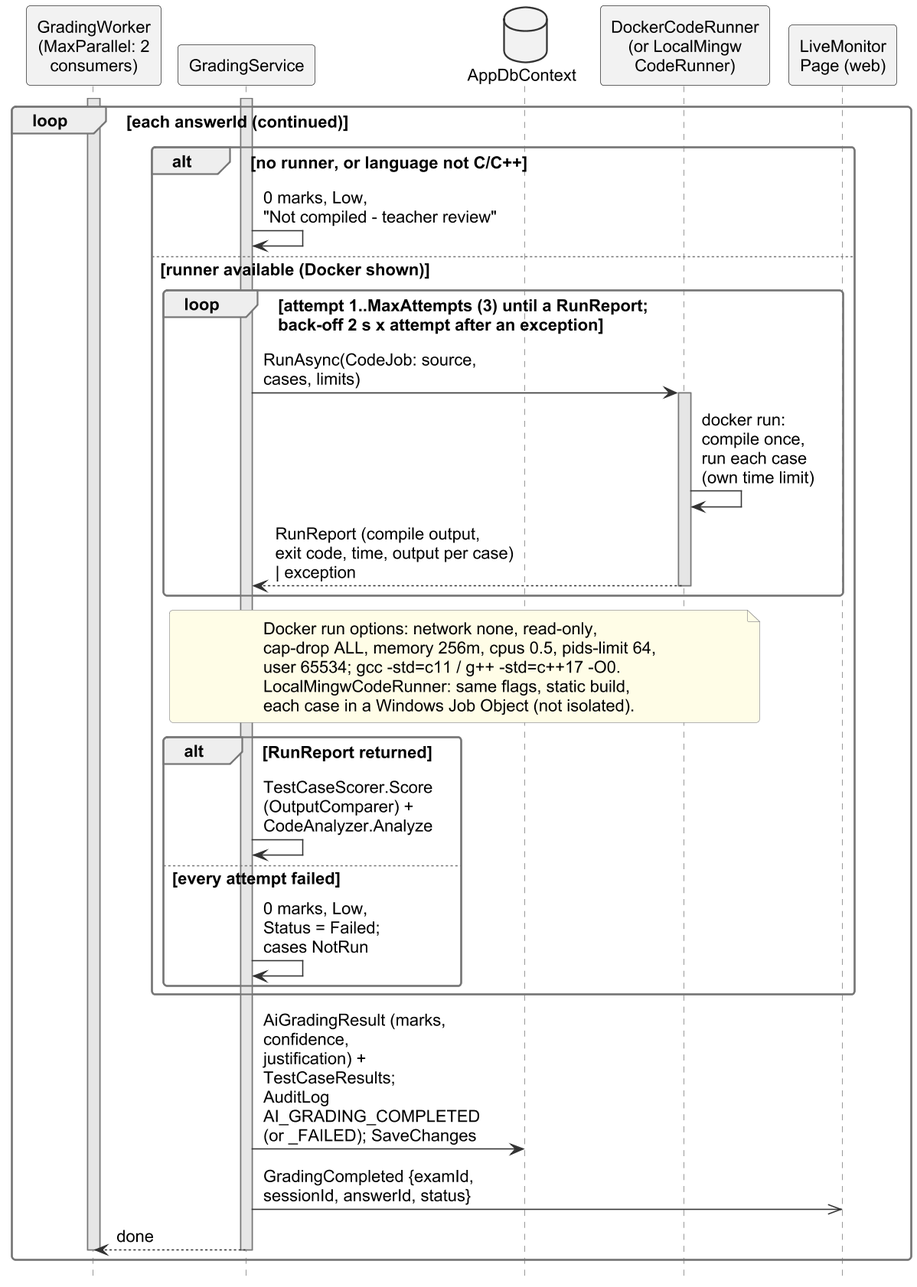
Earlier version of the PlantUML export important docs/fyp_doc_3chatp/Figures/seq_compilation_b.png (Haiderali27-hub/AI-Lab-Monitoring-). Source of this version:
```plantuml
@startuml
!include style.iuml
skinparam defaultFontSize 14
skinparam ArrowFontSize 14
skinparam maxMessageSize 200
hide footbox
hide unlinked
skinparam ParticipantPadding 2
skinparam BoxPadding 0
skinparam sequence {
  MessageAlign left
  LifeLineBackgroundColor #E6E6E6
}

participant "GradingQueue\n(filled by\nFinalizeAsync)" as GQ
participant "GradingWorker\n(MaxParallel: 2\nconsumers)" as GW
participant "GradingService" as GS
database "AppDbContext" as DB
participant "DockerCodeRunner\n(or LocalMingw\nCodeRunner)" as DR
participant "LiveMonitor\nPage (web)" as WEB
loop each answerId (continued)
activate GW
activate GS
  alt no runner, or language not C/C++
    GS -> GS : 0 marks, Low,\n"Not compiled - teacher review"
  else runner available (Docker shown)
    loop attempt 1..MaxAttempts (3) until a RunReport;\nback-off 2 s x attempt after an exception
      GS -> DR : RunAsync(CodeJob: source,\ncases, limits)
      activate DR
      DR -> DR : docker run:\ncompile once,\nrun each case\n(own time limit)
      DR --> GS : RunReport (compile output,\nexit code, time, output per case)\n| exception
      deactivate DR
    end
    note over GS, DR
      Docker run options: network none, read-only,
      cap-drop ALL, memory 256m, cpus 0.5, pids-limit 64,
      user 65534; gcc -std=c11 / g++ -std=c++17 -O0.
      LocalMingwCodeRunner: same flags, static build,
      each case in a Windows Job Object (not isolated).
    end note
    alt RunReport returned
      GS -> GS : TestCaseScorer.Score\n(OutputComparer) +\nCodeAnalyzer.Analyze
    else every attempt failed
      GS -> GS : 0 marks, Low,\nStatus = Failed;\ncases NotRun
    end
  end
  GS -> DB : AiGradingResult (marks, confidence,\njustification) + TestCaseResults;\nAuditLog AI_GRADING_COMPLETED\n(or _FAILED); SaveChanges
  GS ->> WEB : GradingCompleted {examId,\nsessionId, answerId, status}
  GS --> GW : done
  deactivate GS
  deactivate GW
end
@enduml
```
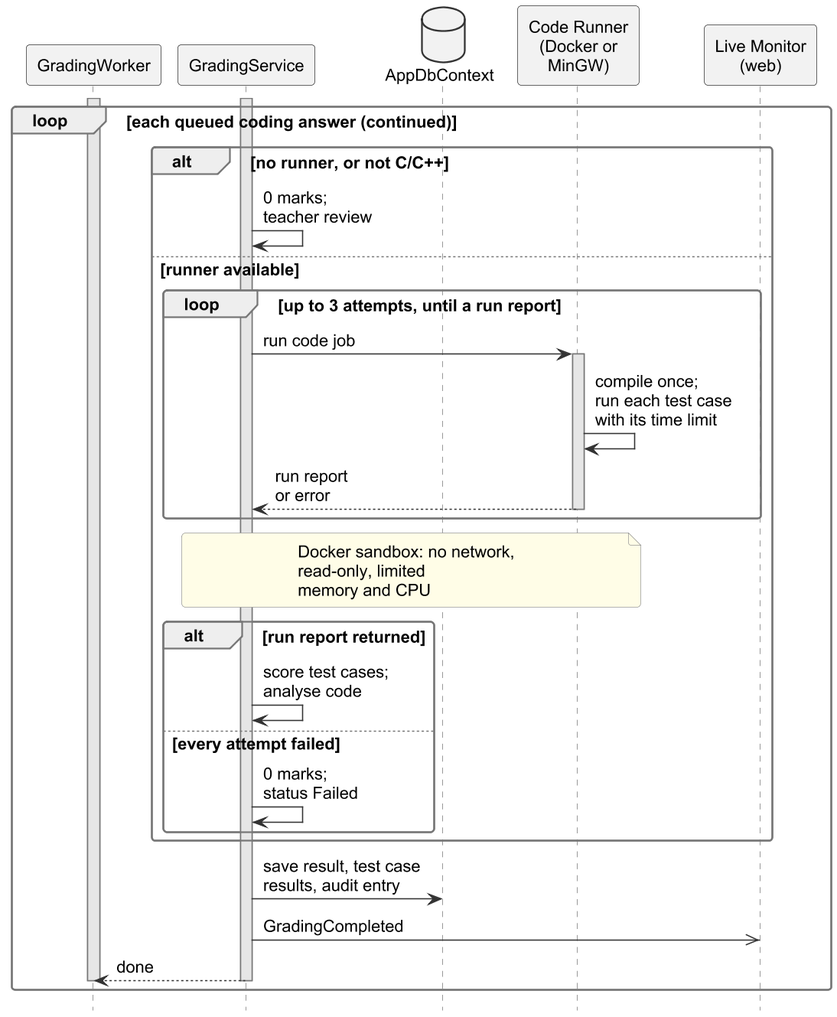
Above is the later version.

What changed in the source:
```diff
@@ -2,7 +2,6 @@
 !include style.iuml
 skinparam defaultFontSize 14
 skinparam ArrowFontSize 14
-skinparam maxMessageSize 200
 hide footbox
 hide unlinked
 skinparam ParticipantPadding 2
@@ -12,40 +11,37 @@
   LifeLineBackgroundColor #E6E6E6
 }
 
-participant "GradingQueue\n(filled by\nFinalizeAsync)" as GQ
-participant "GradingWorker\n(MaxParallel: 2\nconsumers)" as GW
+participant "GradingWorker" as GW
 participant "GradingService" as GS
 database "AppDbContext" as DB
-participant "DockerCodeRunner\n(or LocalMingw\nCodeRunner)" as DR
-participant "LiveMonitor\nPage (web)" as WEB
-loop each answerId (continued)
+participant "Code Runner\n(Docker or\nMinGW)" as DR
+participant "Live Monitor\n(web)" as WEB
+loop each queued coding answer (continued)
 activate GW
 activate GS
-  alt no runner, or language not C/C++
-    GS -> GS : 0 marks, Low,\n"Not compiled - teacher review"
-  else runner available (Docker shown)
-    loop attempt 1..MaxAttempts (3) until a RunReport;\nback-off 2 s x attempt after an exception
-      GS -> DR : RunAsync(CodeJob: source,\ncases, limits)
+  alt no runner, or not C/C++
+    GS -> GS : 0 marks;\nteacher review
+  else runner available
+    loop up to 3 attempts, until a run report
+      GS -> DR : run code job
       activate DR
-      DR -> DR : docker run:\ncompile once,\nrun each case\n(own time limit)
-      DR --> GS : RunReport (compile output,\nexit code, time, output per case)\n| exception
+      DR -> DR : compile once;\nrun each test case\nwith its time limit
+      DR --> GS : run report\nor error
       deactivate DR
     end
     note over GS, DR
-      Docker run options: network none, read-only,
-      cap-drop ALL, memory 256m, cpus 0.5, pids-limit 64,
-      user 65534; gcc -std=c11 / g++ -std=c++17 -O0.
-      LocalMingwCodeRunner: same flags, static build,
-      each case in a Windows Job Object (not isolated).
+      Docker sandbox: no network,
+      read-only, limited
+      memory and CPU
     end note
-    alt RunReport returned
-      GS -> GS : TestCaseScorer.Score\n(OutputComparer) +\nCodeAnalyzer.Analyze
+    alt run report returned
+      GS -> GS : score test cases;\nanalyse code
     else every attempt failed
-      GS -> GS : 0 marks, Low,\nStatus = Failed;\ncases NotRun
+      GS -> GS : 0 marks;\nstatus Failed
     end
   end
-  GS -> DB : AiGradingResult (marks, confidence,\njustification) + TestCaseResults;\nAuditLog AI_GRADING_COMPLETED\n(or _FAILED); SaveChanges
-  GS ->> WEB : GradingCompleted {examId,\nsessionId, answerId, status}
+  GS -> DB : save result, test case\nresults, audit entry
+  GS ->> WEB : GradingCompleted
   GS --> GW : done
   deactivate GS
   deactivate GW
```
